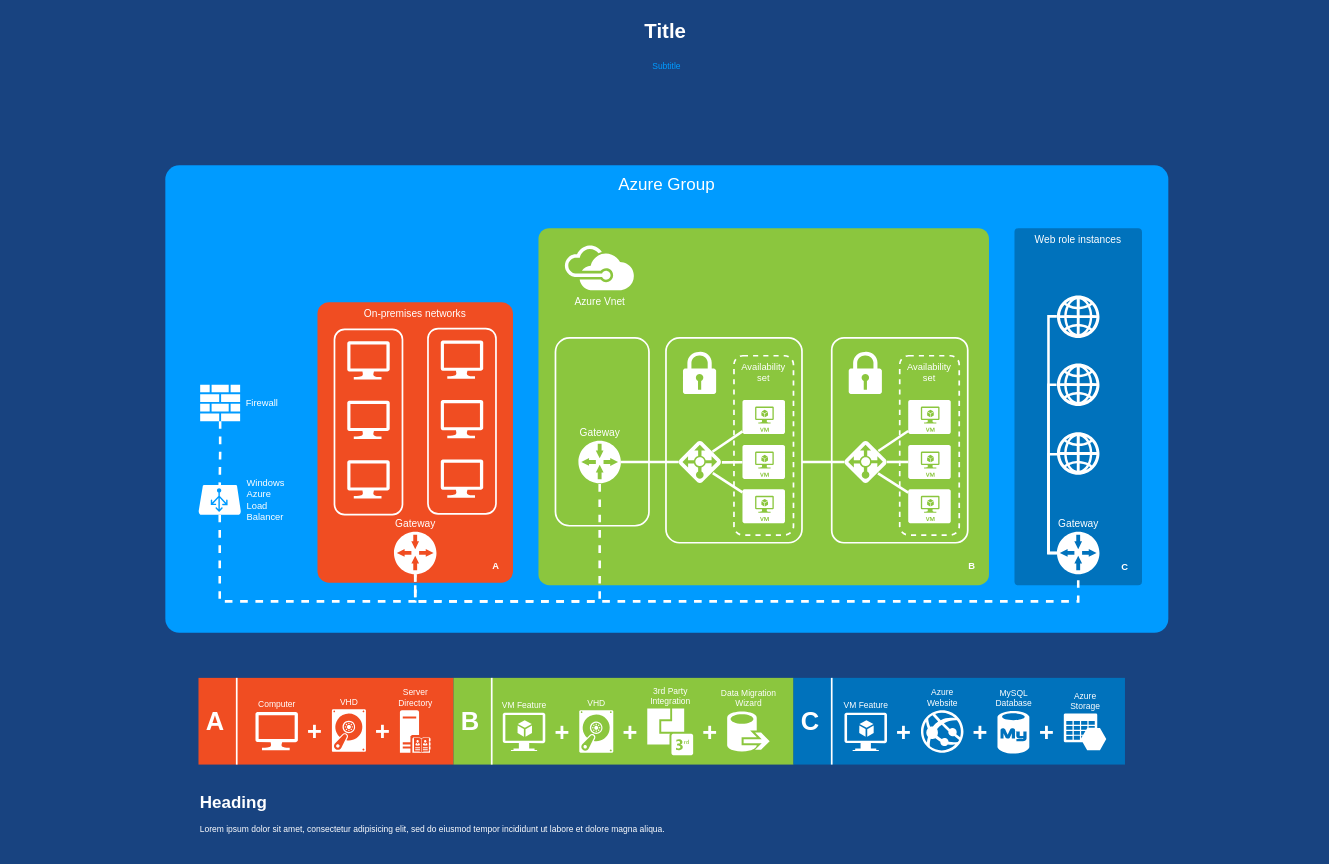
liuyongjian1/java keeps this draw.io diagram as 未命名绘图.drawio. Above is the earlier version. Source tidied: cells renumbered, new cells numbered last; positions are measured from the earlier drawing's top-left corner, leaving out a move shared by most shapes. Both pictures are drawn from the tidied source at 85%, with x=0, y=0 at pixel (18, 14).
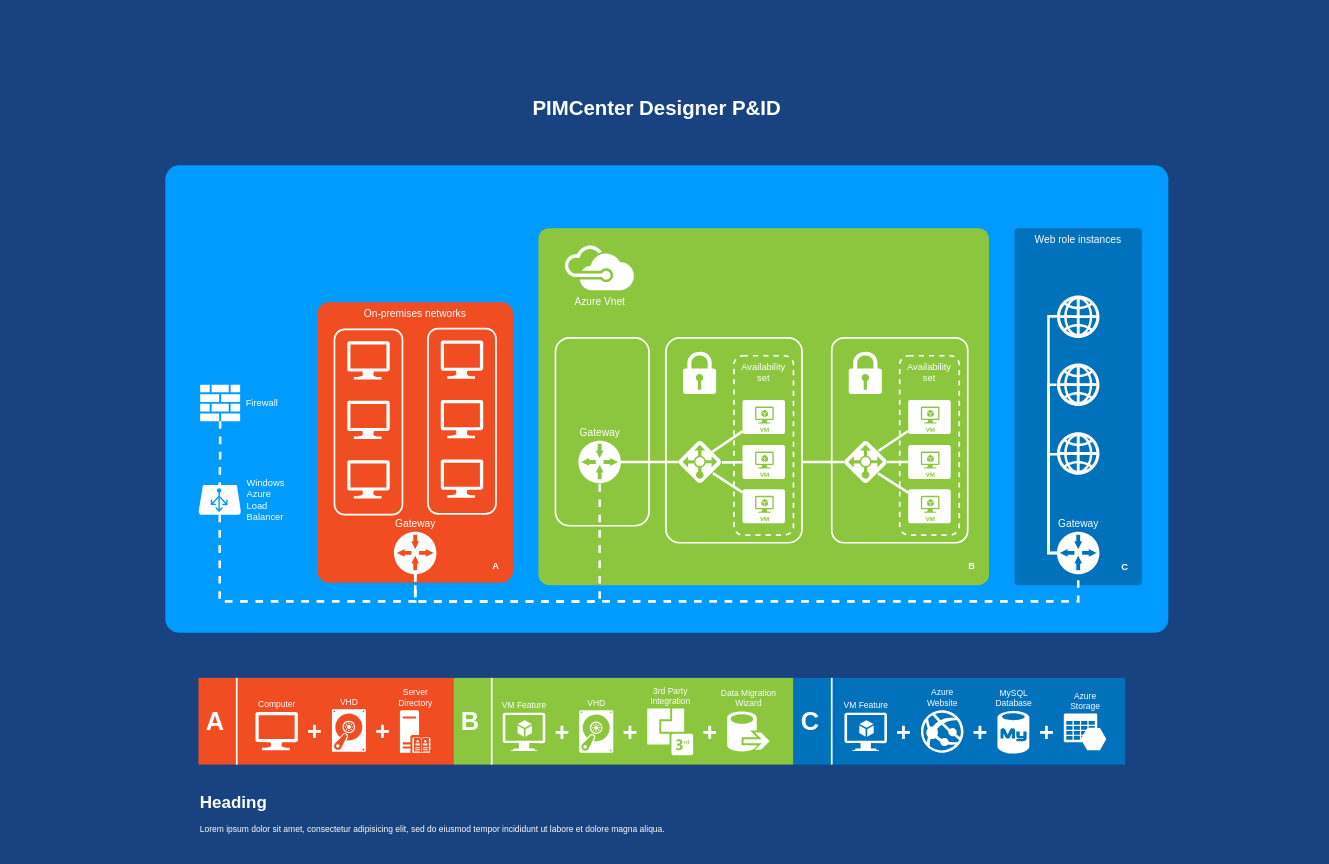
The same page after the edit.

Commit message:
更新未命名绘图.drawio

Diff of the diagram source:
```diff
@@
-    <mxCell id="2" value="Azure Group" style="whiteSpace=wrap;html=1;rounded=1;shadow=0;strokeColor=none;strokeWidth=2;fillColor=#009BFF;fontSize=20;fontColor=#FFFFFF;align=center;arcSize=3;verticalAlign=top;spacingTop=4;" parent="1" vertex="1">
+    <mxCell id="2" style="whiteSpace=wrap;html=1;rounded=1;shadow=0;strokeColor=none;strokeWidth=2;fillColor=#009BFF;fontSize=20;fontColor=#FFFFFF;align=center;arcSize=3;verticalAlign=top;spacingTop=4;" parent="1" vertex="1">
       <mxGeometry x="173" y="177" width="1180" height="550" as="geometry" />
     </mxCell>
@@
-    <mxCell id="83" value="Title" style="text;strokeColor=none;fillColor=none;html=1;fontSize=24;fontStyle=1;verticalAlign=middle;align=center;rounded=0;shadow=0;fontColor=#FFFFFF;" parent="1" vertex="1">
-      <mxGeometry x="6" width="1510" height="40" as="geometry" />
+    <mxCell id="83" value="PIMCenter Designer P&amp;amp;ID" style="text;strokeColor=none;fillColor=none;html=1;fontSize=24;fontStyle=1;verticalAlign=middle;align=center;rounded=0;shadow=0;fontColor=#FFFFFF;" parent="1" vertex="1">
+      <mxGeometry x="-4" y="90" width="1510" height="40" as="geometry" />
     </mxCell>
-    <mxCell id="84" value="Subtitle" style="text;html=1;strokeColor=none;fillColor=none;align=center;verticalAlign=middle;whiteSpace=wrap;rounded=0;shadow=0;fontSize=10;fontColor=#009BFF;" parent="1" vertex="1">
-      <mxGeometry y="50" width="1526" height="20" as="geometry" />
-    </mxCell>
```
